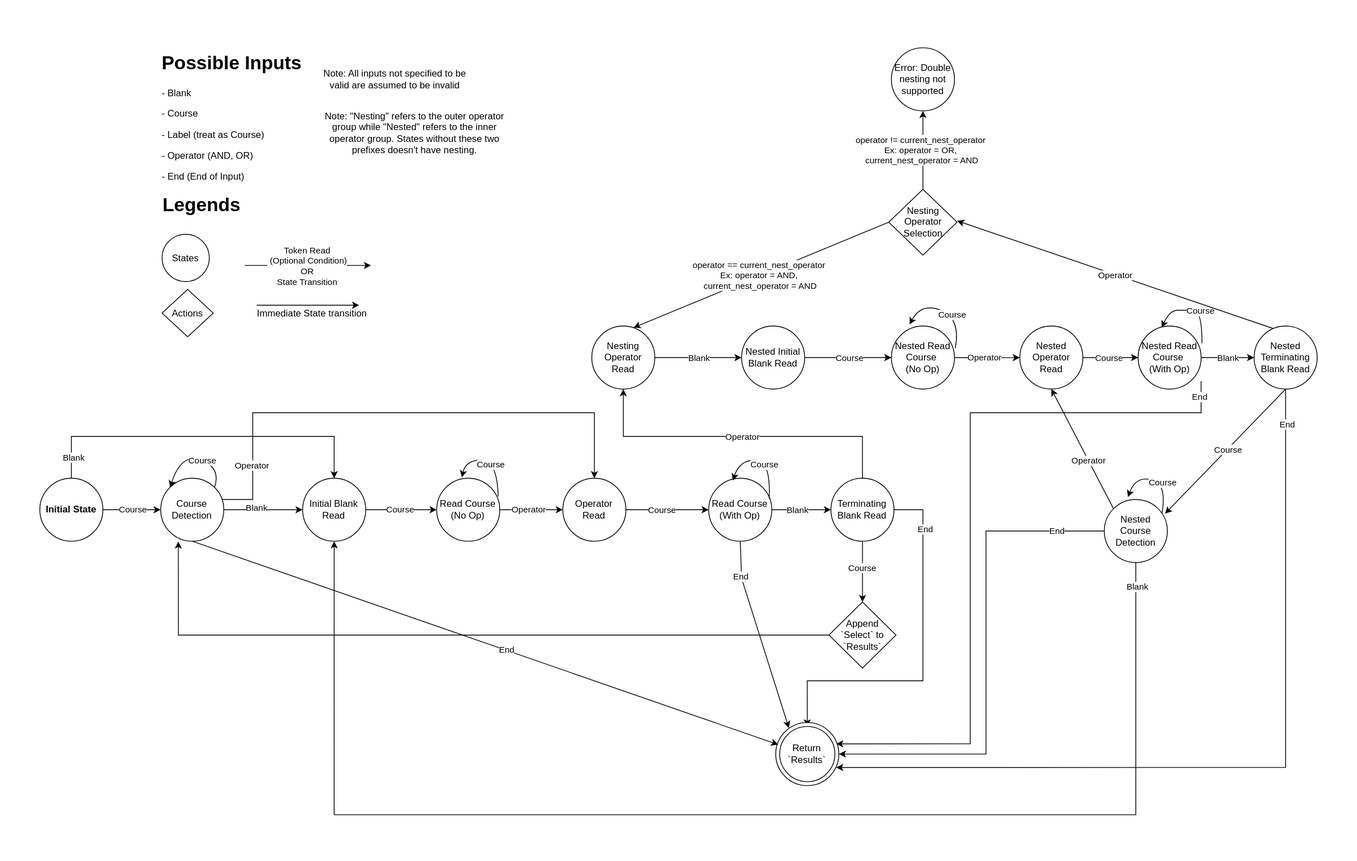
Above: docs/course_parsing_state_machine.svg in sunkit02/vislog (draw.io), before the change. Source tidied: cells renumbered, new cells last; positions are measured from the earlier drawing's top-left corner, leaving out a move shared by most shapes.
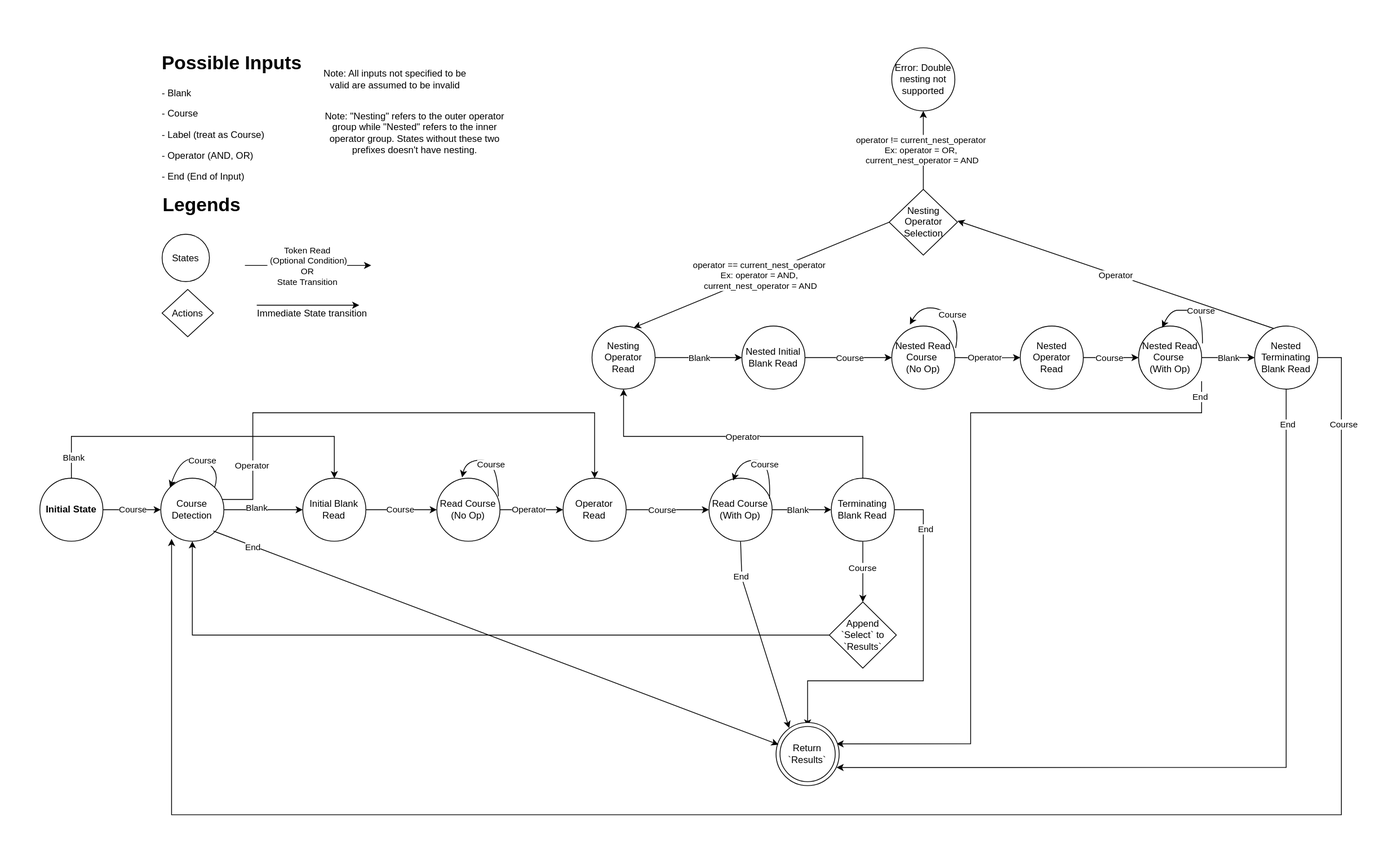
Later version of the same file.

Commit message:
docs: Update course parsing state machine diagram in README

Change to the diagram source:
```diff
@@ -212,6 +212,18 @@
     <mxCell id="50" value="End" style="edgeLabel;html=1;align=center;verticalAlign=middle;" parent="49" vertex="1">
       <mxGeometry x="-0.92" y="1" relative="1" as="geometry" />
     </mxCell>
+    <mxCell id="99" style="edgeStyle=orthogonalEdgeStyle;rounded=0;jettySize=auto;html=1;entryX=0.171;entryY=0.963;entryDx=0;entryDy=0;entryPerimeter=0;" parent="1" edge="1" source="51" target="72">
+      <mxGeometry relative="1" as="geometry">
+        <Array as="points">
+          <mxPoint x="1650" y="393" />
+          <mxPoint x="1650" y="973" />
+          <mxPoint x="167" y="973" />
+        </Array>
+      </mxGeometry>
+    </mxCell>
+    <mxCell id="100" value="Course" style="edgeLabel;html=1;align=center;verticalAlign=middle;" parent="99" vertex="1">
+      <mxGeometry x="-0.91" y="2" relative="1" as="geometry" />
+    </mxCell>
     <mxCell id="51" value="Nested Terminating Blank Read" style="ellipse;whiteSpace=wrap;html=1;" parent="1" vertex="1">
       <mxGeometry x="1540" y="353" width="80" height="80" as="geometry" />
     </mxCell>
@@ -221,31 +233,6 @@
     <mxCell id="53" value="&lt;div&gt;operator != current_nest_operator&lt;/div&gt;&lt;div&gt;Ex: operator = OR,&lt;/div&gt;&lt;div&gt;&amp;nbsp;current_nest_operator = AND&lt;br&gt;&lt;/div&gt;" style="edgeLabel;html=1;align=center;verticalAlign=middle;" parent="52" vertex="1">
       <mxGeometry y="4" relative="1" as="geometry" />
     </mxCell>
-    <mxCell id="54" style="edgeStyle=orthogonalEdgeStyle;rounded=0;jettySize=auto;html=1;entryX=0.5;entryY=1;entryDx=0;entryDy=0;" parent="1" edge="1" source="58" target="6">
-      <mxGeometry relative="1" as="geometry">
-        <Array as="points">
-          <mxPoint x="1390" y="973" />
-          <mxPoint x="373" y="973" />
-        </Array>
-      </mxGeometry>
-    </mxCell>
-    <mxCell id="55" value="Blank" style="edgeLabel;html=1;align=center;verticalAlign=middle;" parent="54" vertex="1">
-      <mxGeometry x="-0.96" y="1" relative="1" as="geometry" />
-    </mxCell>
-    <mxCell id="56" style="edgeStyle=orthogonalEdgeStyle;rounded=0;jettySize=auto;html=1;exitX=0;exitY=0.5;exitDx=0;exitDy=0;entryX=1;entryY=0.5;entryDx=0;entryDy=0;" parent="1" edge="1" source="58" target="85">
-      <mxGeometry relative="1" as="geometry">
-        <Array as="points">
-          <mxPoint x="1200" y="613" />
-          <mxPoint x="1200" y="896" />
-        </Array>
-      </mxGeometry>
-    </mxCell>
-    <mxCell id="57" value="End" style="edgeLabel;html=1;align=center;verticalAlign=middle;" parent="56" vertex="1">
-      <mxGeometry x="-0.8" y="-1" relative="1" as="geometry" />
-    </mxCell>
-    <mxCell id="58" value="Nested Course Detection" style="ellipse;whiteSpace=wrap;html=1;" parent="1" vertex="1">
-      <mxGeometry x="1350" y="573" width="80" height="80" as="geometry" />
-    </mxCell>
     <mxCell id="59" style="endArrow=classic;html=1;rounded=0;entryX=1;entryY=0.479;entryDx=0;entryDy=0;exitX=0.3;exitY=0.038;exitDx=0;exitDy=0;exitPerimeter=0;entryPerimeter=0;" parent="1" edge="1" source="51" target="92">
       <mxGeometry relative="1" as="geometry" />
     </mxCell>
@@ -261,32 +248,6 @@
     <mxCell id="63" value="Error: Double nesting not supported" style="ellipse;whiteSpace=wrap;html=1;" parent="1" vertex="1">
       <mxGeometry x="1080" width="80" height="80" as="geometry" />
     </mxCell>
-    <mxCell id="64" style="endArrow=classic;html=1;rounded=0;entryX=0.963;entryY=0.225;entryDx=0;entryDy=0;entryPerimeter=0;exitX=0.5;exitY=1;exitDx=0;exitDy=0;" parent="1" edge="1" source="51" target="58">
-      <mxGeometry relative="1" as="geometry" />
-    </mxCell>
-    <mxCell id="65" value="Course" style="edgeLabel;html=1;align=center;verticalAlign=middle;" parent="64" vertex="1">
-      <mxGeometry x="-0.04" relative="1" as="geometry" />
-    </mxCell>
-    <mxCell id="66" style="curved=1;endArrow=classic;html=1;rounded=0;entryX=0.375;entryY=-0.037;entryDx=0;entryDy=0;entryPerimeter=0;exitX=1.013;exitY=0.35;exitDx=0;exitDy=0;exitPerimeter=0;" parent="1" edge="1" target="58">
-      <mxGeometry relative="1" as="geometry">
-        <mxPoint x="1423" y="591" as="sourcePoint" />
-        <Array as="points">
-          <mxPoint x="1430" y="553" />
-          <mxPoint x="1390" y="543" />
-        </Array>
-      </mxGeometry>
-    </mxCell>
-    <mxCell id="67" value="Course" style="edgeLabel;html=1;align=center;verticalAlign=middle;" parent="66" vertex="1">
-      <mxGeometry x="-0.18" relative="1" as="geometry" />
-    </mxCell>
-    <mxCell id="68" style="endArrow=classic;html=1;rounded=0;exitX=0;exitY=0;exitDx=0;exitDy=0;entryX=0.5;entryY=1;entryDx=0;entryDy=0;" parent="1" edge="1" source="58" target="48">
-      <mxGeometry relative="1" as="geometry" />
-    </mxCell>
-    <mxCell id="69" value="Operator" style="edgeLabel;html=1;align=center;verticalAlign=middle;" parent="68" vertex="1">
-      <mxGeometry x="-0.09" y="-1" relative="1" as="geometry">
-        <mxPoint x="3" y="8" as="offset" />
-      </mxGeometry>
-    </mxCell>
     <mxCell id="70" style="edgeStyle=orthogonalEdgeStyle;rounded=0;jettySize=auto;html=1;exitX=0.971;exitY=0.35;exitDx=0;exitDy=0;entryX=0.5;entryY=0;entryDx=0;entryDy=0;exitPerimeter=0;" parent="1" edge="1" source="72" target="17">
       <mxGeometry relative="1" as="geometry">
         <Array as="points">
@@ -314,7 +275,7 @@
     <mxCell id="74" value="Course" style="edgeLabel;html=1;align=center;verticalAlign=middle;" parent="73" vertex="1">
       <mxGeometry x="-0.18" relative="1" as="geometry" />
     </mxCell>
-    <mxCell id="75" style="edgeStyle=orthogonalEdgeStyle;rounded=0;jettySize=auto;html=1;entryX=0.279;entryY=1.003;entryDx=0;entryDy=0;entryPerimeter=0;" parent="1" edge="1" source="76" target="72">
+    <mxCell id="75" style="edgeStyle=orthogonalEdgeStyle;rounded=0;jettySize=auto;html=1;entryX=0.5;entryY=1;entryDx=0;entryDy=0;" parent="1" edge="1" source="76" target="72">
       <mxGeometry relative="1" as="geometry" />
     </mxCell>
     <mxCell id="76" value="Append `Select` to `Results`" style="rhombus;whiteSpace=wrap;html=1;" parent="1" vertex="1">
@@ -358,11 +319,13 @@
     <mxCell id="86" value="Return `Results`" style="ellipse;whiteSpace=wrap;html=1;" parent="84" vertex="1">
       <mxGeometry x="5" y="5" width="70" height="70" as="geometry" />
     </mxCell>
-    <mxCell id="87" style="endArrow=classic;html=1;rounded=0;entryX=0.038;entryY=0.35;entryDx=0;entryDy=0;entryPerimeter=0;exitX=0.5;exitY=1;exitDx=0;exitDy=0;" parent="1" edge="1" source="72" target="85">
+    <mxCell id="87" style="endArrow=classic;html=1;rounded=0;entryX=0.038;entryY=0.35;entryDx=0;entryDy=0;entryPerimeter=0;exitX=0.833;exitY=0.838;exitDx=0;exitDy=0;exitPerimeter=0;" parent="1" edge="1" source="72" target="85">
       <mxGeometry relative="1" as="geometry" />
     </mxCell>
     <mxCell id="88" value="End" style="edgeLabel;html=1;align=center;verticalAlign=middle;" parent="87" vertex="1">
-      <mxGeometry x="0.07" y="1" relative="1" as="geometry" />
+      <mxGeometry x="0.07" y="1" relative="1" as="geometry">
+        <mxPoint x="-334" y="-124" as="offset" />
+      </mxGeometry>
     </mxCell>
     <mxCell id="89" style="curved=1;endArrow=classic;html=1;rounded=0;exitX=0.958;exitY=0.325;exitDx=0;exitDy=0;exitPerimeter=0;entryX=0.383;entryY=0.038;entryDx=0;entryDy=0;entryPerimeter=0;" parent="1" edge="1" source="12" target="12">
       <mxGeometry relative="1" as="geometry">
```
